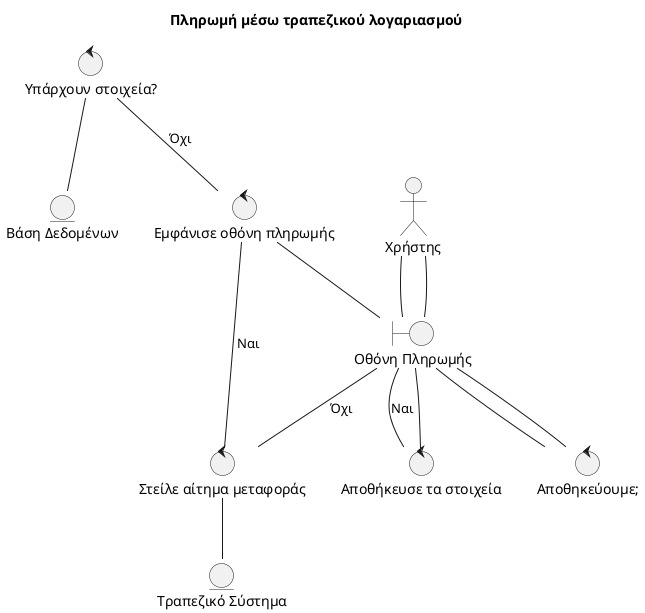
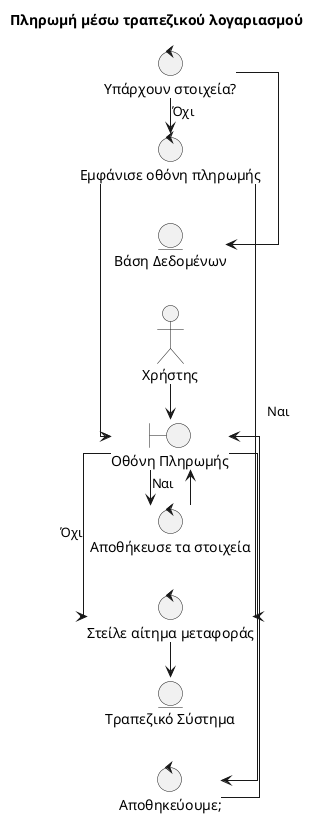
@startuml name
+ 
+ left to right direction
+ skinparam linetype ortho

title Πληρωμή μέσω τραπεζικού λογαριασμού

control "Υπάρχουν στοιχεία?" as checkCredent
entity "Βάση Δεδομένων" as db
control "Εμφάνισε οθόνη πληρωμής" as disPayScr
actor "Χρήστης" as user
boundary "Οθόνη Πληρωμής" as payScr
control "Αποθηκεύουμε;" as saveControl
entity "Τραπεζικό Σύστημα" as bank
control "Στείλε αίτημα μεταφοράς" as sendReq
control "Αποθήκευσε τα στοιχεία" as saveCred

- checkCredent -- db
- checkCredent -- disPayScr : Όχι
- disPayScr -- payScr
- user -- payScr
- payScr -- saveControl
- saveControl -- payScr
- user -- payScr
- payScr -- sendReq : Όχι
- sendReq -- bank
+ checkCredent -> db
+ checkCredent -> disPayScr : Όχι
+ disPayScr -> payScr
+ user -> payScr
+ payScr -> saveControl
+ saveControl -> payScr
+ payScr -> sendReq : "       Όχι"
+ sendReq -> bank

- disPayScr -- sendReq : Ναι
+ disPayScr -> sendReq : "   Ναι"

- payScr -- saveCred : Ναι
- saveCred -- payScr
+ payScr -> saveCred : Ναι
+ saveCred -> payScr

@enduml